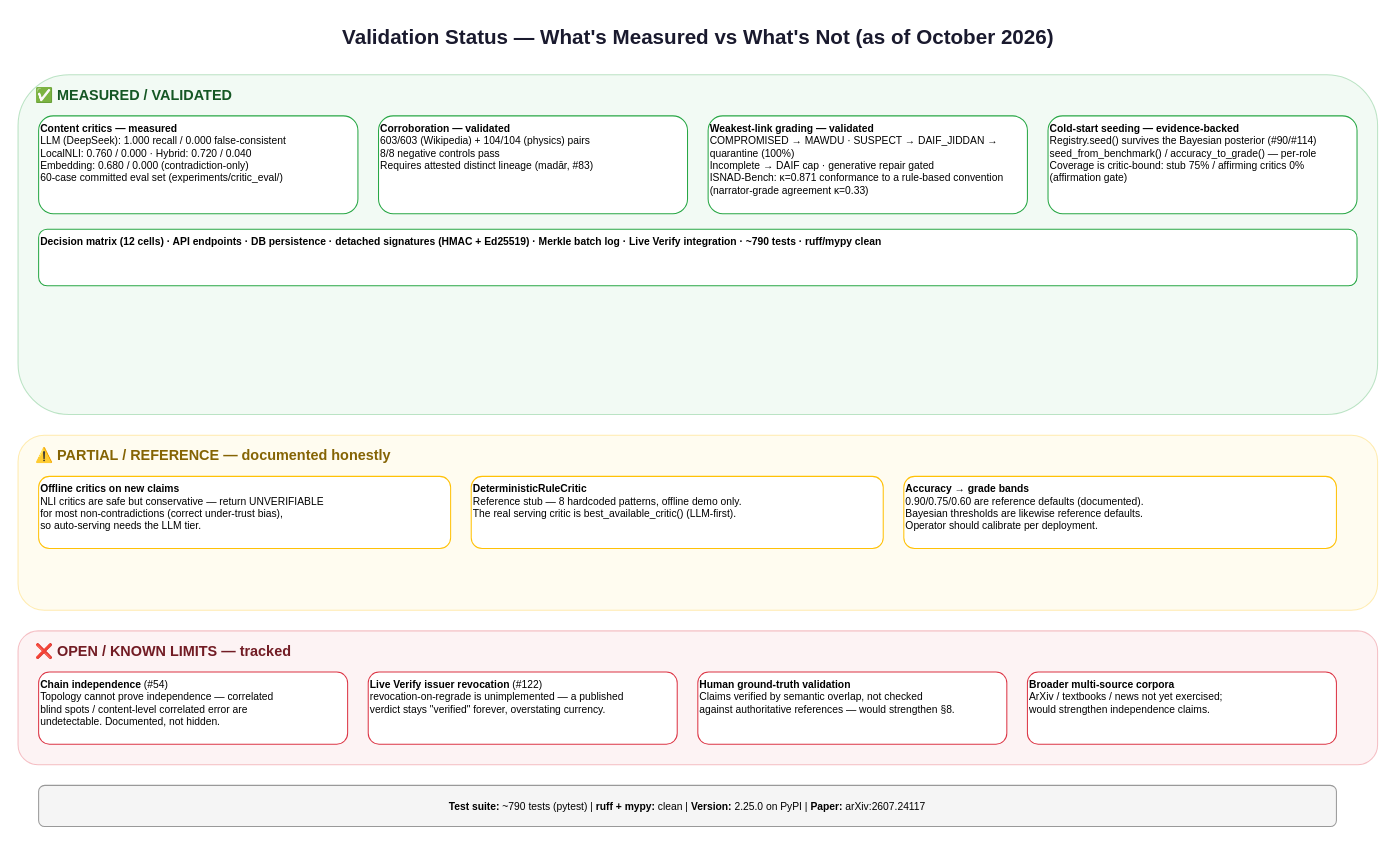
Earlier version of the draw.io diagram page "3. Validation Matrix" (3 of 3) of docs/ARCHITECTURE.drawio (alizahidraja/isnad). Source tidied: cells renumbered, new cells numbered last; positions are measured from the earlier drawing's top-left corner, leaving out a move shared by most shapes. Both pictures are drawn from the tidied source at 103%, with x=0, y=0 at pixel (18, 18).
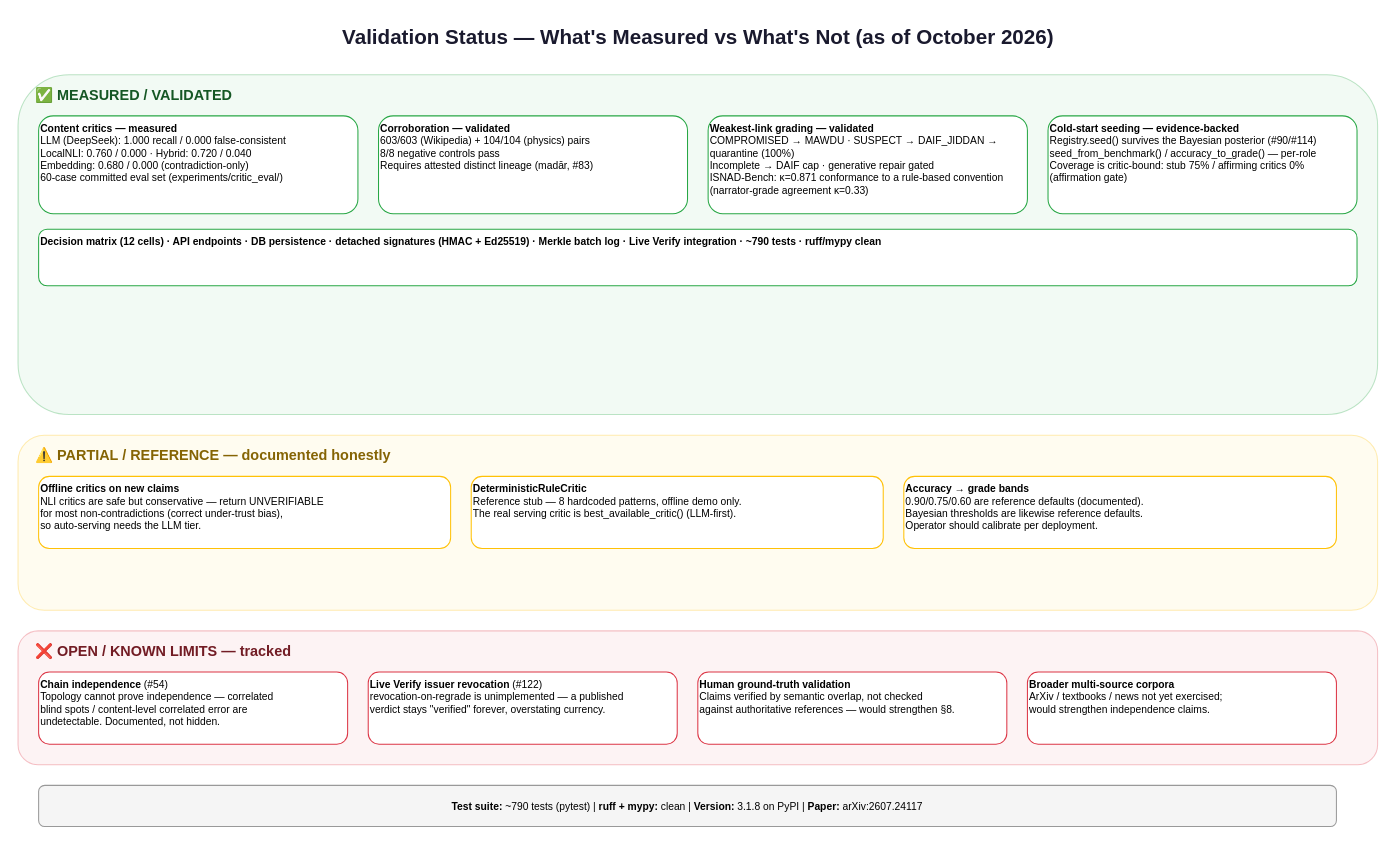
After the change.

Change to the diagram source:
```diff
@@
-    <mxCell id="21" value="&lt;b&gt;Test suite:&lt;/b&gt; ~790 tests (pytest) | &lt;b&gt;ruff + mypy:&lt;/b&gt; clean | &lt;b&gt;Version:&lt;/b&gt; 2.25.0 on PyPI | &lt;b&gt;Paper:&lt;/b&gt; arXiv:2607.24117" style="rounded=1;whiteSpace=wrap;html=1;fillColor=#f5f5f5;strokeColor=#999999;fontSize=10;align=center;" parent="1" vertex="1">
+    <mxCell id="21" value="&lt;b&gt;Test suite:&lt;/b&gt; ~790 tests (pytest) | &lt;b&gt;ruff + mypy:&lt;/b&gt; clean | &lt;b&gt;Version:&lt;/b&gt; 3.1.8 on PyPI | &lt;b&gt;Paper:&lt;/b&gt; arXiv:2607.24117" style="rounded=1;whiteSpace=wrap;html=1;fillColor=#f5f5f5;strokeColor=#999999;fontSize=10;align=center;" parent="1" vertex="1">
       <mxGeometry x="20" y="745" width="1260" height="40" as="geometry" />
     </mxCell>
```
